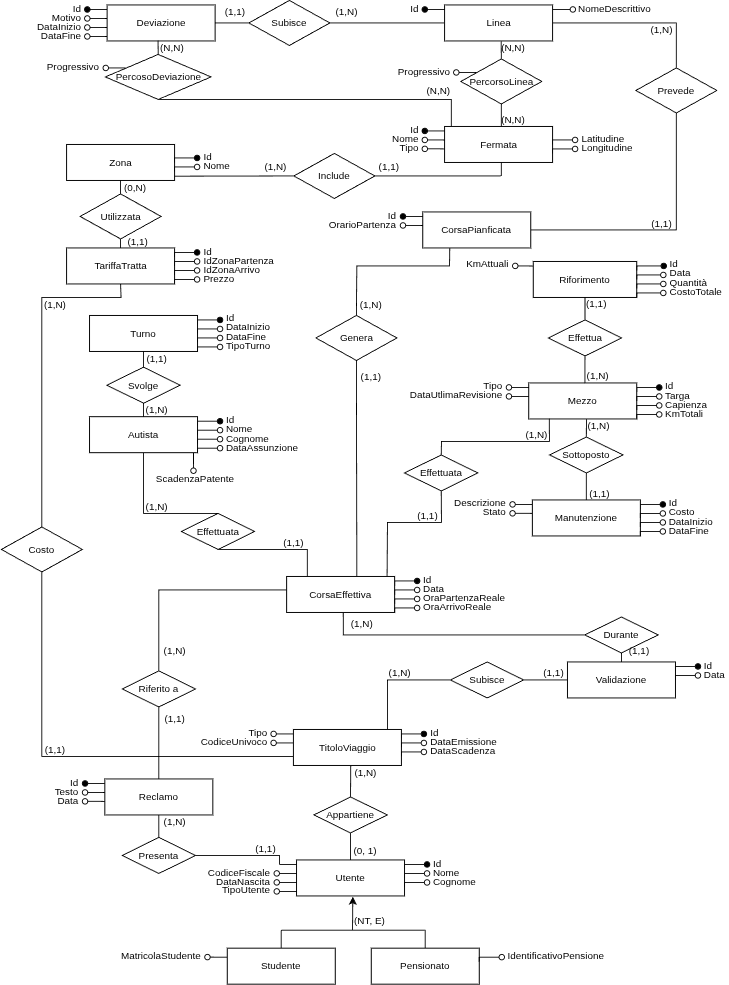
Earlier version of the draw.io export 2102 basi-di-dati/progetto/SchemaER.png (AndreaGirlando/Uni). Source tidied: cells renumbered, new cells last; positions are measured from the earlier drawing's top-left corner, leaving out a move shared by most shapes.
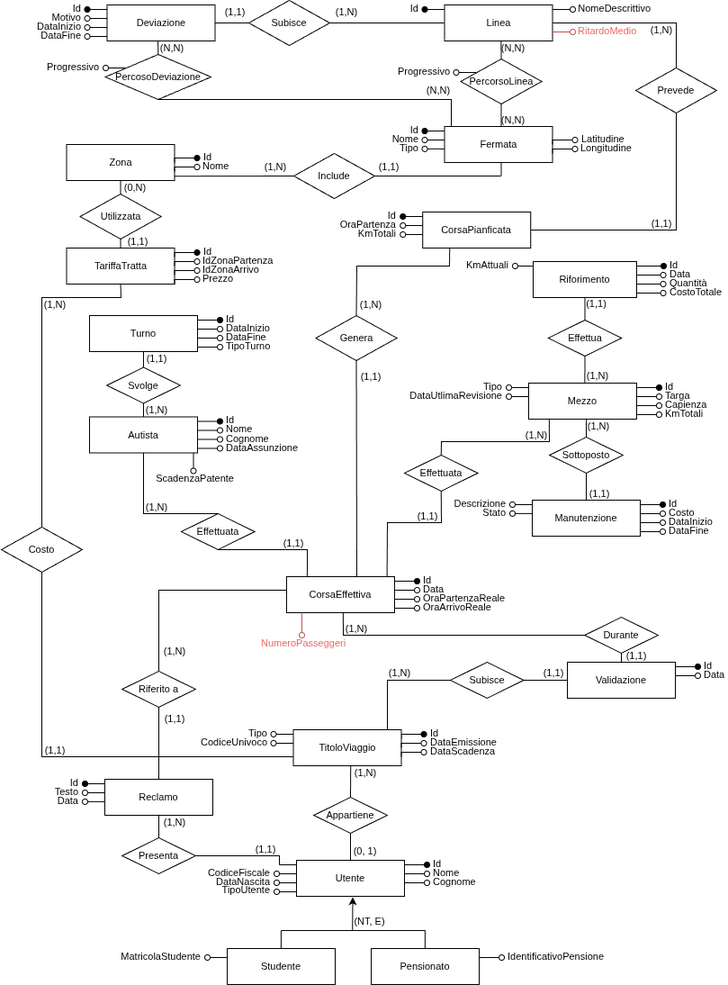
The same diagram one commit later.

What changed in the source:
```diff
@@ -94,10 +94,10 @@
       </mxGeometry>
     </mxCell>
     <mxCell id="24" value="(1,N)" style="text;html=1;align=center;verticalAlign=middle;whiteSpace=wrap;rounded=0;fontSize=11;" parent="1" vertex="1">
-      <mxGeometry x="387.2" y="685" width="30" height="15" as="geometry" />
+      <mxGeometry x="380.5" y="690" width="30" height="15" as="geometry" />
     </mxCell>
     <mxCell id="25" value="(1,1)" style="text;html=1;align=center;verticalAlign=middle;whiteSpace=wrap;rounded=0;fontSize=11;" parent="1" vertex="1">
-      <mxGeometry x="695" y="715" width="30" height="15" as="geometry" />
+      <mxGeometry x="691.8" y="720" width="30" height="15" as="geometry" />
     </mxCell>
     <mxCell id="26" style="group;fontSize=11;" parent="1" vertex="1">
       <mxGeometry x="539" y="555" width="235.5" height="40" as="geometry" />
@@ -1182,7 +1182,7 @@
         </Array>
       </mxGeometry>
     </mxCell>
-    <mxCell id="253" value="&lt;font&gt;OrarioPartenza&lt;/font&gt;" style="text;html=1;align=right;verticalAlign=middle;whiteSpace=wrap;rounded=0;spacingLeft=5;spacingBottom=3;fontSize=11;" parent="1" vertex="1">
+    <mxCell id="253" value="&lt;font&gt;OraPartenza&lt;/font&gt;" style="text;html=1;align=right;verticalAlign=middle;whiteSpace=wrap;rounded=0;spacingLeft=5;spacingBottom=3;fontSize=11;" parent="1" vertex="1">
       <mxGeometry x="417.2" y="245" width="25" height="10" as="geometry" />
     </mxCell>
     <mxCell id="254" style="text;html=1;align=right;verticalAlign=middle;whiteSpace=wrap;rounded=0;spacingLeft=5;spacingBottom=3;fontSize=11;" parent="1" vertex="1">
@@ -1292,5 +1292,35 @@
     <mxCell id="281" value="(1,1)" style="text;html=1;align=center;verticalAlign=middle;whiteSpace=wrap;rounded=0;fontSize=11;" parent="1" vertex="1">
       <mxGeometry x="246" y="5" width="30" height="15" as="geometry" />
     </mxCell>
+    <mxCell id="282" style="endArrow=none;html=1;rounded=0;entryX=0.149;entryY=1.011;entryDx=0;entryDy=0;fillColor=#f8cecc;strokeColor=#b85450;endFill=0;startArrow=oval;startFill=0;entryPerimeter=0;" parent="1" edge="1">
+      <mxGeometry relative="1" as="geometry">
+        <mxPoint x="335" y="705" as="sourcePoint" />
+        <mxPoint x="334.9" y="680" as="targetPoint" />
+      </mxGeometry>
+    </mxCell>
+    <mxCell id="283" value="&lt;span&gt;NumeroPasseggeri&lt;/span&gt;" style="text;html=1;align=left;verticalAlign=middle;whiteSpace=wrap;rounded=0;spacingLeft=5;spacingBottom=2;fontSize=11;fontColor=#EA6B66;" parent="1" vertex="1">
+      <mxGeometry x="282.5" y="710" width="105" height="10" as="geometry" />
+    </mxCell>
+    <mxCell id="284" style="edgeStyle=orthogonalEdgeStyle;rounded=0;orthogonalLoop=1;jettySize=auto;html=1;startArrow=oval;startFill=0;endArrow=none;endFill=0;align=left;fontSize=11;" parent="1" edge="1">
+      <mxGeometry relative="1" as="geometry">
+        <mxPoint x="447.2" y="260" as="sourcePoint" />
+        <mxPoint x="469.2" y="260" as="targetPoint" />
+        <Array as="points">
+          <mxPoint x="457.2" y="260" />
+          <mxPoint x="457.2" y="260" />
+        </Array>
+      </mxGeometry>
+    </mxCell>
+    <mxCell id="285" value="&lt;font&gt;KmTotali&lt;/font&gt;" style="text;html=1;align=right;verticalAlign=middle;whiteSpace=wrap;rounded=0;spacingLeft=5;spacingBottom=3;fontSize=11;" parent="1" vertex="1">
+      <mxGeometry x="417.2" y="255" width="25" height="10" as="geometry" />
+    </mxCell>
+    <mxCell id="286" style="endArrow=none;html=1;rounded=0;entryX=1;entryY=0.75;entryDx=0;entryDy=0;fillColor=#f8cecc;strokeColor=#b85450;endFill=0;startArrow=oval;startFill=0;" parent="1" edge="1" target="185">
+      <mxGeometry relative="1" as="geometry">
+        <mxPoint x="636" y="35" as="sourcePoint" />
+      </mxGeometry>
+    </mxCell>
+    <mxCell id="287" value="&lt;span&gt;RitardoMedio&lt;/span&gt;" style="text;html=1;align=left;verticalAlign=middle;whiteSpace=wrap;rounded=0;spacingLeft=0;spacingBottom=2;fontSize=11;fontColor=#EA6B66;" parent="1" vertex="1">
+      <mxGeometry x="639.5" y="30" width="65" height="10" as="geometry" />
+    </mxCell>
   </root>
 </mxGraphModel>
```
